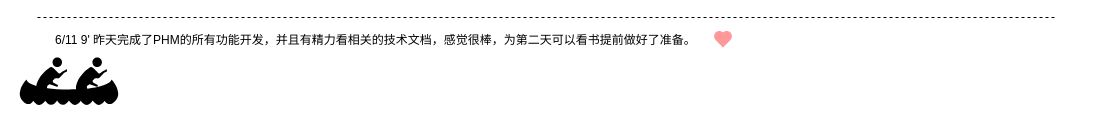
Before: page "Page-2" (2 of 2) of Untitled Diagram.drawio in adnabb/Hello-World, a draw.io diagram. Source tidied: cells renumbered, new cells numbered last; positions are measured from the earlier drawing's top-left corner, leaving out a move shared by most shapes. Both pictures are drawn from the tidied source at 100%, with x=0, y=0 at pixel (17, 17).
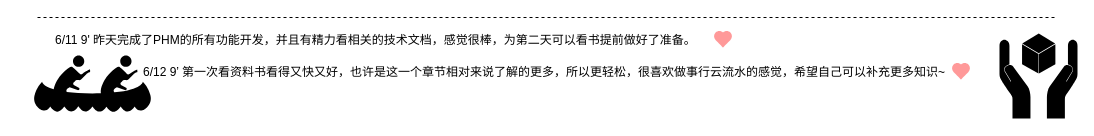
After the change.

Diff of the diagram source:
```diff
@@
 <mxGraphModel>
   <root>
     <mxCell id="0" />
     <mxCell id="1" parent="0" />
     <mxCell id="2" style="endArrow=none;dashed=1;html=1;" parent="1" edge="1">
       <mxGeometry relative="1" as="geometry">
         <mxPoint x="20" as="sourcePoint" />
         <mxPoint x="1040" as="targetPoint" />
       </mxGeometry>
     </mxCell>
     <mxCell id="3" value="6/11 9' 昨天完成了PHM的所有功能开发，并且有精力看相关的技术文档，感觉很棒，为第二天可以看书提前做好了准备。" style="text;html=1;align=left;verticalAlign=top;spacingTop=-4;" parent="1" vertex="1">
       <mxGeometry x="36" y="13" width="660" height="20" as="geometry" />
     </mxCell>
     <mxCell id="4" style="shape=mxgraph.signs.healthcare.heart_1;html=1;fillColor=#FF9999;strokeColor=none;verticalLabelPosition=bottom;verticalAlign=top;align=center;fontColor=#FF9999;" parent="1" vertex="1">
       <mxGeometry x="696" y="13" width="19" height="17" as="geometry" />
     </mxCell>
     <mxCell id="5" style="edgeStyle=orthogonalEdgeStyle;rounded=0;orthogonalLoop=1;jettySize=auto;html=1;exitX=0.07;exitY=0.5;exitDx=0;exitDy=0;exitPerimeter=0;entryX=0.07;entryY=0.5;entryDx=0;entryDy=0;entryPerimeter=0;" parent="1" edge="1" source="4" target="4">
       <mxGeometry relative="1" as="geometry" />
     </mxCell>
     <mxCell id="6" style="shape=mxgraph.signs.sports.canoe_2;html=1;fillColor=#000000;strokeColor=none;verticalLabelPosition=bottom;verticalAlign=top;align=center;fontColor=#FF9999;" parent="1" vertex="1">
-      <mxGeometry y="40" width="103" height="49" as="geometry" />
+      <mxGeometry x="14" y="38" width="122" height="58" as="geometry" />
     </mxCell>
+    <mxCell id="7" value="6/12 9’ 第一次看资料书看得又快又好，也许是这一个章节相对来说了解的更多，所以更轻松，很喜欢做事行云流水的感觉，希望自己可以补充更多知识~" style="text;html=1;align=left;verticalAlign=top;spacingTop=-4;" parent="1" vertex="1">
+      <mxGeometry x="124" y="45" width="820" height="20" as="geometry" />
+    </mxCell>
+    <mxCell id="8" style="shape=mxgraph.signs.healthcare.heart_1;html=1;fillColor=#FF9999;strokeColor=none;verticalLabelPosition=bottom;verticalAlign=top;align=center;fontColor=#FF9999;" parent="1" vertex="1">
+      <mxGeometry x="934" y="45" width="19" height="17" as="geometry" />
+    </mxCell>
+    <mxCell id="9" style="shape=mxgraph.signs.safety.handle_with_care;html=1;fillColor=#000000;strokeColor=none;verticalLabelPosition=bottom;verticalAlign=top;align=center;" parent="1" vertex="1">
+      <mxGeometry x="982" y="16" width="78" height="85" as="geometry" />
+    </mxCell>
   </root>
 </mxGraphModel>
```
